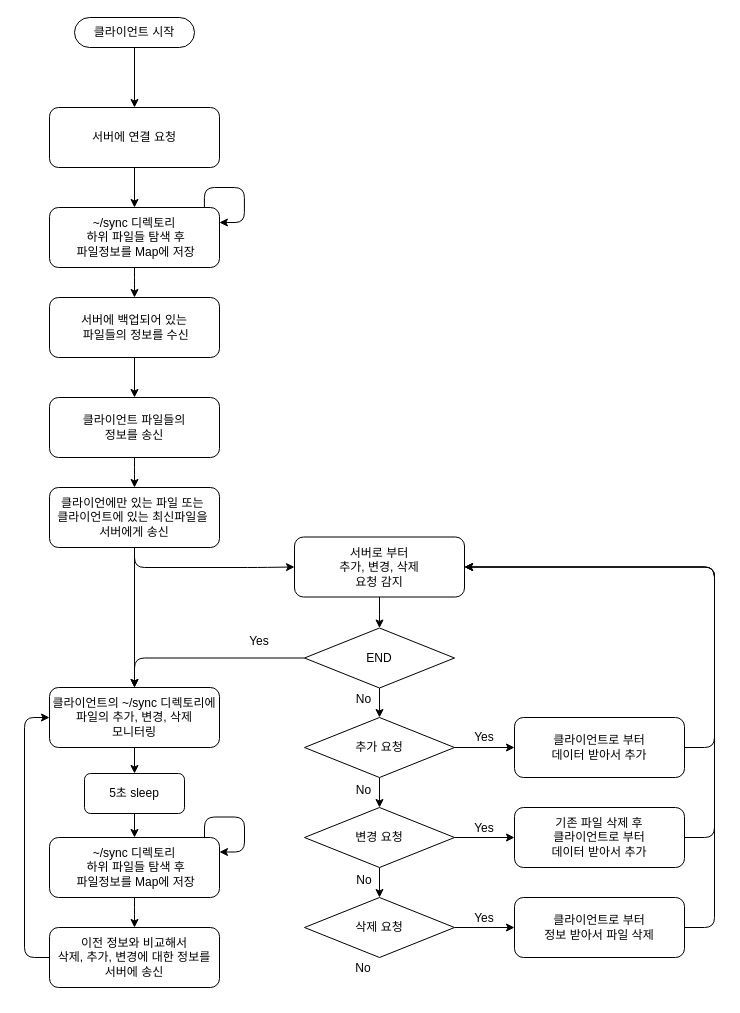
Earlier version of the draw.io diagram page "클라이언트" (2 of 2) of image/FileSynchronized.drawio (pdh9311/file-synchronized). Source tidied: cells renumbered, new cells numbered last; positions are measured from the earlier drawing's top-left corner, leaving out a move shared by most shapes. Both pictures are drawn from the tidied source at 100%, with x=0, y=0 at pixel (24, 17).
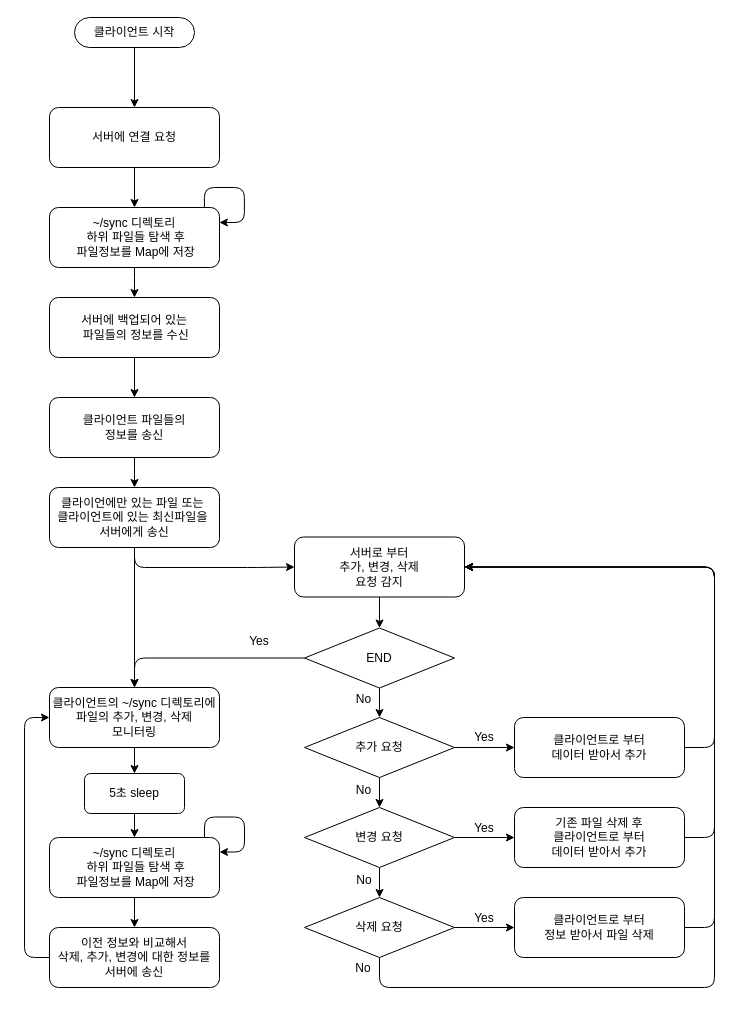
The same page after the edit.

The change refers to these unchanged cells:
```xml
<mxCell id="24" value="서버로 부터&lt;br&gt;추가, 변경, 삭제&lt;br&gt;요청 감지" style="rounded=1;whiteSpace=wrap;html=1;" parent="1" vertex="1">
  <mxGeometry x="270" y="519.5" width="170" height="60" as="geometry" />
</mxCell>
<mxCell id="32" value="삭제 요청" style="rhombus;whiteSpace=wrap;html=1;" parent="1" vertex="1">
  <mxGeometry x="280" y="880" width="150" height="60" as="geometry" />
</mxCell>
```

What changed in the source:
```diff
@@
+    <mxCell id="52" style="edgeStyle=orthogonalEdgeStyle;rounded=1;jettySize=auto;html=1;entryX=1;entryY=0.5;entryDx=0;entryDy=0;" parent="1" edge="1" source="32" target="24">
+      <mxGeometry relative="1" as="geometry">
+        <Array as="points">
+          <mxPoint x="355" y="970" />
+          <mxPoint x="690" y="970" />
+          <mxPoint x="690" y="550" />
+        </Array>
+      </mxGeometry>
+    </mxCell>
```
